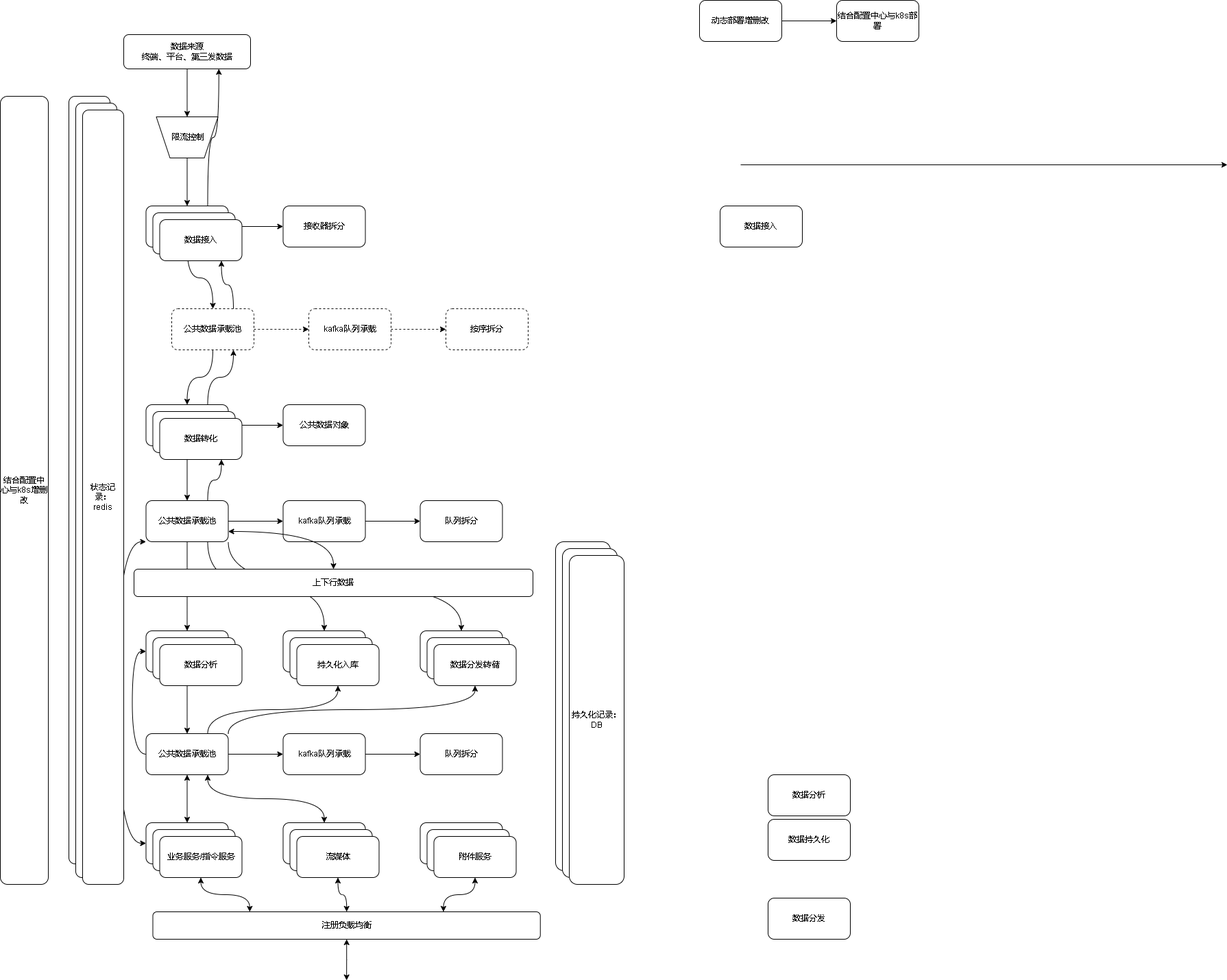
Earlier version of the draw.io export 808后台架构.drawio.png (xktder/draw). Source tidied: cells renumbered, new cells last; positions are measured from the earlier drawing's top-left corner, leaving out a move shared by most shapes.
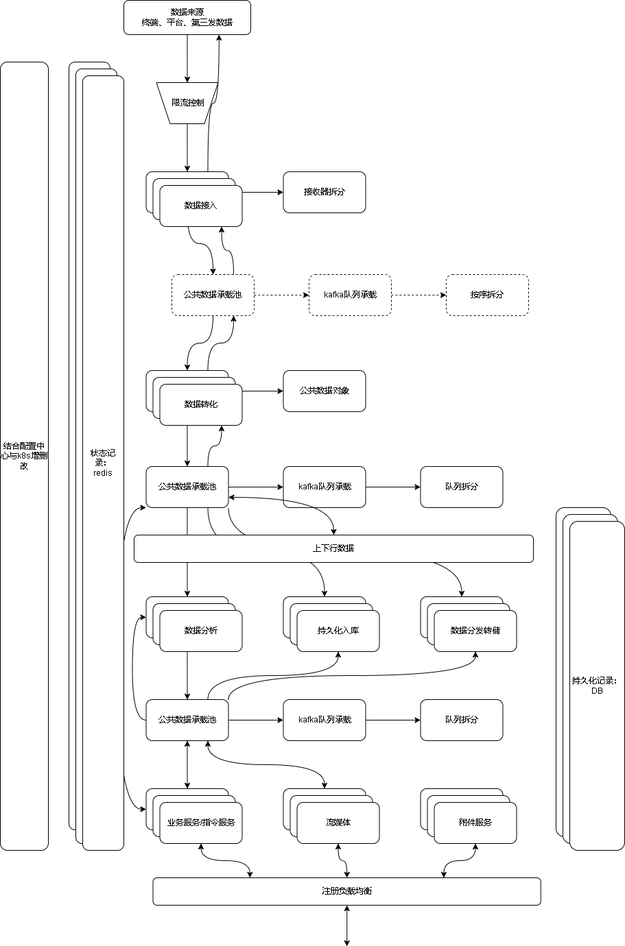
The same file after the commit.

Commit message:
更新808后台架构.drawio.png

The edit, as a diff of the source:
```diff
@@ -20,27 +20,9 @@
     <mxCell id="7" value="数据接收" style="rounded=1;whiteSpace=wrap;html=1;" parent="1" vertex="1">
       <mxGeometry x="212.5" y="300" width="120" height="60" as="geometry" />
     </mxCell>
-    <mxCell id="8" value="数据分析" style="rounded=1;whiteSpace=wrap;html=1;" parent="1" vertex="1">
-      <mxGeometry x="1120" y="1130" width="120" height="60" as="geometry" />
-    </mxCell>
-    <mxCell id="9" value="数据持久化" style="rounded=1;whiteSpace=wrap;html=1;" parent="1" vertex="1">
-      <mxGeometry x="1120" y="1195" width="120" height="60" as="geometry" />
-    </mxCell>
-    <mxCell id="10" value="数据分发" style="rounded=1;whiteSpace=wrap;html=1;" parent="1" vertex="1">
-      <mxGeometry x="1120" y="1310" width="120" height="60" as="geometry" />
-    </mxCell>
     <mxCell id="11" value="接收器拆分" style="whiteSpace=wrap;html=1;rounded=1;" parent="1" vertex="1">
       <mxGeometry x="412.5" y="300" width="120" height="60" as="geometry" />
     </mxCell>
-    <mxCell id="12" style="edgeStyle=orthogonalEdgeStyle;curved=1;rounded=0;jettySize=auto;html=1;" parent="1" edge="1" source="13" target="14">
-      <mxGeometry relative="1" as="geometry" />
-    </mxCell>
-    <mxCell id="13" value="动态部署增删改" style="whiteSpace=wrap;html=1;rounded=1;" parent="1" vertex="1">
-      <mxGeometry x="1020" width="120" height="60" as="geometry" />
-    </mxCell>
-    <mxCell id="14" value="结合配置中心与k8s部署" style="whiteSpace=wrap;html=1;rounded=1;" parent="1" vertex="1">
-      <mxGeometry x="1220" width="120" height="60" as="geometry" />
-    </mxCell>
     <mxCell id="15" style="edgeStyle=orthogonalEdgeStyle;curved=1;rounded=0;jettySize=auto;html=1;" parent="1" edge="1" source="18" target="19">
       <mxGeometry relative="1" as="geometry" />
     </mxCell>
@@ -97,15 +79,6 @@
     <mxCell id="31" value="数据分析" style="whiteSpace=wrap;html=1;rounded=1;" parent="1" vertex="1">
       <mxGeometry x="212.5" y="920" width="120" height="60" as="geometry" />
     </mxCell>
-    <mxCell id="32" value="数据接入" style="rounded=1;whiteSpace=wrap;html=1;" parent="1" vertex="1">
-      <mxGeometry x="1050" y="300" width="120" height="60" as="geometry" />
-    </mxCell>
-    <mxCell id="33" style="endArrow=classic;html=1;rounded=0;curved=1;" parent="1" edge="1">
-      <mxGeometry relative="1" as="geometry">
-        <mxPoint x="1080" y="240" as="sourcePoint" />
-        <mxPoint x="1790" y="240" as="targetPoint" />
-      </mxGeometry>
-    </mxCell>
     <mxCell id="34" style="edgeStyle=orthogonalEdgeStyle;curved=1;rounded=0;jettySize=auto;html=1;" parent="1" edge="1" source="35" target="7">
       <mxGeometry relative="1" as="geometry" />
     </mxCell>
```
